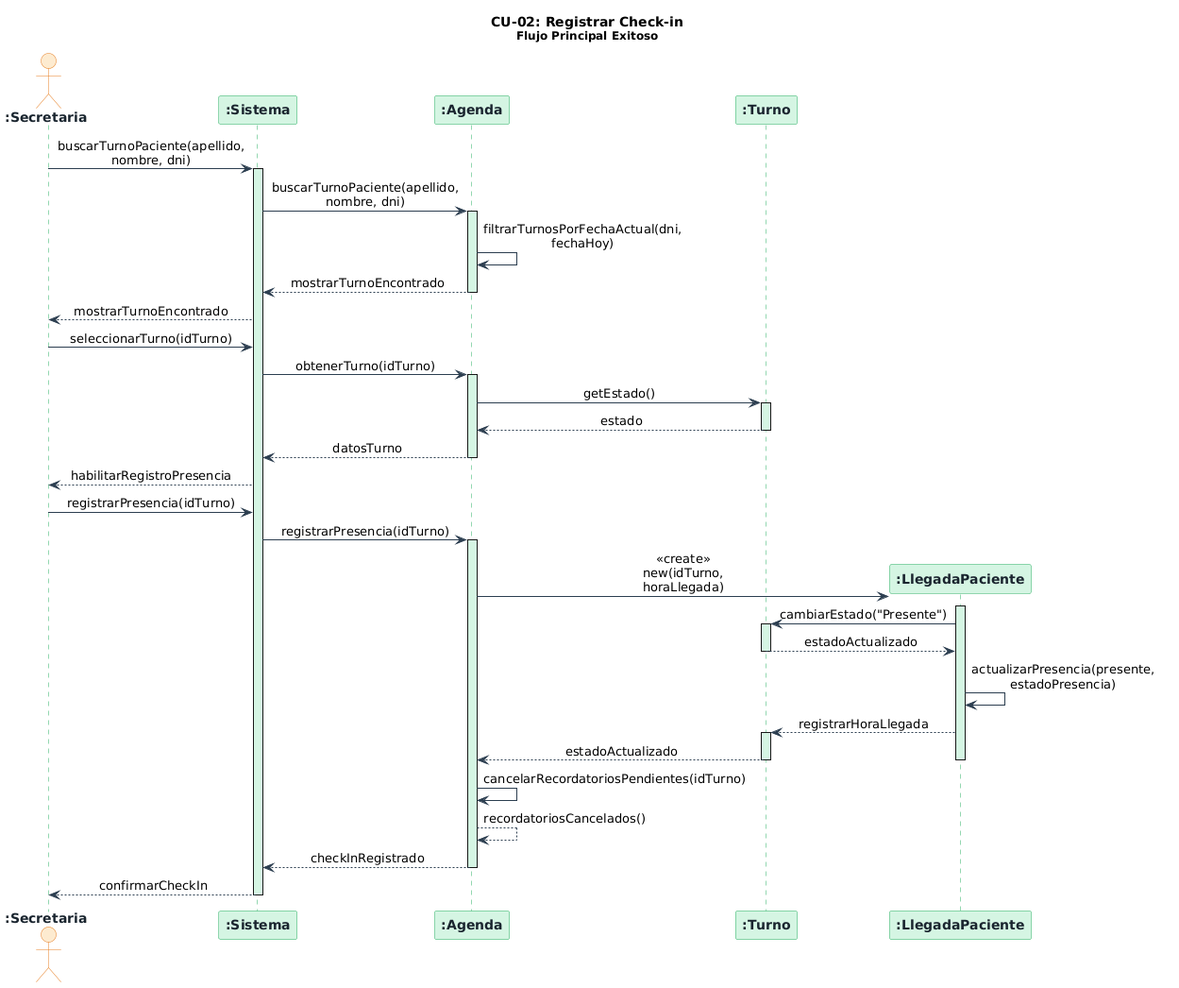
This is diagramas/05-diagramas-secuencia/05-secuencia-cu-registrar-checkin-registrar-checkin-flujo-principal-02.png from angelgc9107-lgtm/SistemaTurnosMedicos_GP6, a PlantUML export, as it was before one commit.
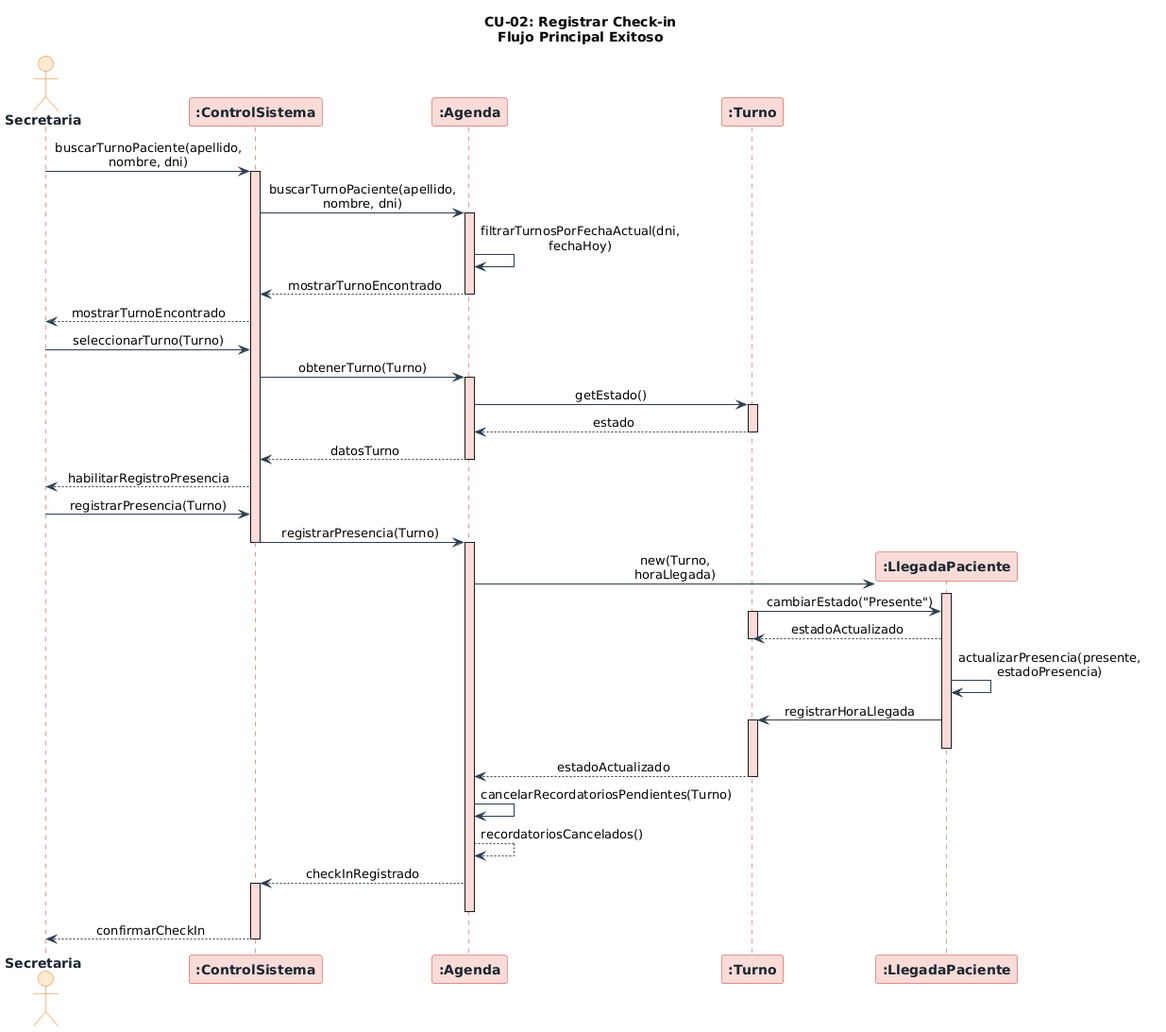
Later version of the same file.

Diff of the diagram source:
```diff
@@ -4,14 +4,14 @@
 skinparam maxMessageSize 160
 skinparam sequence {
     ArrowColor          #2C3E50
-    LifeLineBorderColor #27AE60
-    LifeLineBackgroundColor #D5F5E3
+    LifeLineBorderColor #C0392B
+    LifeLineBackgroundColor #FADBD8
     BoxBackgroundColor  #FDFEFE
     BoxBorderColor      #2C3E50
 }
 skinparam participant {
-    BackgroundColor #D5F5E3
-    BorderColor     #27AE60
+    BackgroundColor #FADBD8
+    BorderColor     #C0392B
     FontColor       #1A252F
     FontStyle       bold
 }
@@ -22,60 +22,69 @@
     FontStyle       bold
 }
 
-title **CU-02: Registrar Check-in**\n<size:12>Flujo Principal Exitoso</size>
 
-actor    ":Secretaria"          as secretaria
-participant ":Sistema"          as sistema
-participant ":Agenda"           as agenda
-participant ":Turno"            as turno
-participant ":LlegadaPaciente"  as llegadaPaciente
+title CU-02: Registrar Check-in\nFlujo Principal Exitoso
 
-secretaria  ->  sistema         : buscarTurnoPaciente(apellido, nombre, dni)
-activate sistema
-sistema     ->  agenda          : buscarTurnoPaciente(apellido, nombre, dni)
-activate agenda
-agenda      ->  agenda          : filtrarTurnosPorFechaActual(dni, fechaHoy)
-agenda      -->  sistema        : mostrarTurnoEncontrado
-deactivate agenda
-sistema     -->  secretaria     : mostrarTurnoEncontrado
+actor Secretaria
 
-secretaria  ->  sistema         : seleccionarTurno(idTurno)
-sistema     ->  agenda          : obtenerTurno(idTurno)
-activate agenda
-agenda      ->  turno           : getEstado()
-activate turno
-turno       -->  agenda         : estado
-deactivate turno
-agenda      -->  sistema        : datosTurno
-deactivate agenda
-sistema     -->  secretaria     : habilitarRegistroPresencia
+participant ":ControlSistema" as ControlSistema
+participant ":Agenda" as Agenda
+participant ":Turno" as Turno
+participant ":LlegadaPaciente" as LlegadaPaciente
 
-secretaria  ->  sistema         : registrarPresencia(idTurno)
-sistema     ->  agenda          : registrarPresencia(idTurno)
-activate agenda
+Secretaria -> ControlSistema : buscarTurnoPaciente(apellido,\nnombre, dni)
+activate ControlSistema
+ControlSistema -> Agenda : buscarTurnoPaciente(apellido,\nnombre, dni)
 
-create llegadaPaciente
-agenda      ->  llegadaPaciente : <<create>>\nnew(idTurno, horaLlegada)
-activate llegadaPaciente
+activate Agenda
+Agenda -> Agenda : filtrarTurnosPorFechaActual(dni,\nfechaHoy)
+Agenda --> ControlSistema : mostrarTurnoEncontrado
+deactivate Agenda
 
-llegadaPaciente ->  turno       : cambiarEstado("Presente")
-activate turno
-turno       -->  llegadaPaciente : estadoActualizado
-deactivate turno
+ControlSistema --> Secretaria : mostrarTurnoEncontrado
 
-llegadaPaciente ->  llegadaPaciente : actualizarPresencia(presente, estadoPresencia)
-llegadaPaciente -->  turno      : registrarHoraLlegada
-activate turno
-turno --> agenda : estadoActualizado
-deactivate llegadaPaciente
-deactivate turno
+Secretaria -> ControlSistema : seleccionarTurno(Turno)
 
-agenda      ->  agenda          : cancelarRecordatoriosPendientes(idTurno)
-agenda      -->  agenda         : recordatoriosCancelados()
+ControlSistema -> Agenda : obtenerTurno(Turno)
 
-agenda      -->  sistema        : checkInRegistrado
-deactivate agenda
+activate Agenda
+Agenda -> Turno : getEstado()
+activate Turno
+Turno --> Agenda : estado
+deactivate Turno
+Agenda --> ControlSistema : datosTurno
+deactivate Agenda
 
-sistema     -->  secretaria     : confirmarCheckIn
-deactivate sistema
+ControlSistema --> Secretaria : habilitarRegistroPresencia
+
+Secretaria -> ControlSistema : registrarPresencia(Turno)
+
+ControlSistema -> Agenda : registrarPresencia(Turno)
+deactivate ControlSistema
+activate Agenda
+
+create LlegadaPaciente
+Agenda -> LlegadaPaciente : new(Turno,\nhoraLlegada)
+
+activate LlegadaPaciente
+
+Turno -> LlegadaPaciente : cambiarEstado("Presente")
+activate Turno
+LlegadaPaciente --> Turno : estadoActualizado
+deactivate Turno
+LlegadaPaciente -> LlegadaPaciente : actualizarPresencia(presente,\nestadoPresencia)
+LlegadaPaciente -> Turno : registrarHoraLlegada
+activate Turno
+deactivate LlegadaPaciente
+Turno --> Agenda : estadoActualizado
+deactivate Turno
+Agenda -> Agenda : cancelarRecordatoriosPendientes(Turno)
+Agenda --> Agenda : recordatoriosCancelados()
+
+Agenda --> ControlSistema : checkInRegistrado
+activate ControlSistema
+
+deactivate Agenda
+ControlSistema --> Secretaria : confirmarCheckIn
+deactivate ControlSistema
 @enduml
```
